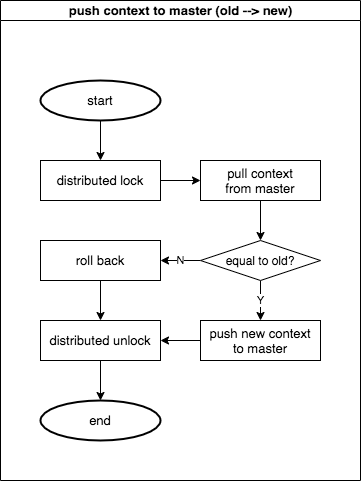
The draw.io diagram documents/context.drawio.png in 4paradigm/parameter-server, before a commit. Source tidied: cells renumbered, new cells last; positions are measured from the earlier drawing's top-left corner, leaving out a move shared by most shapes.
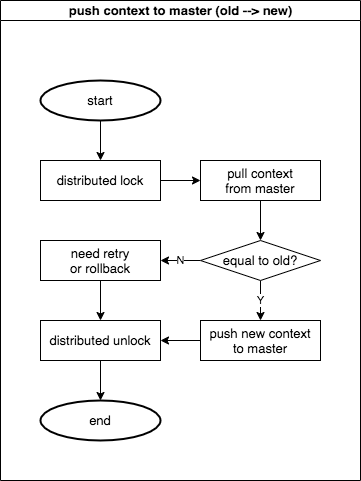
After the commit.

Commit message:
documents graph

The edit, as a diff of the source:
```diff
@@ -39,7 +39,7 @@
     <mxCell id="12" value="N" style="edgeStyle=orthogonalEdgeStyle;rounded=0;jettySize=auto;html=1;exitX=0;exitY=0.5;exitDx=0;exitDy=0;entryX=1;entryY=0.5;entryDx=0;entryDy=0;" parent="2" edge="1" source="13" target="19">
       <mxGeometry relative="1" as="geometry" />
     </mxCell>
-    <mxCell id="13" value="equal to old?" style="rhombus;whiteSpace=wrap;html=1;" parent="2" vertex="1">
+    <mxCell id="13" value="equal to old?" style="rhombus;whiteSpace=wrap;html=1;fontSize=13;" parent="2" vertex="1">
       <mxGeometry x="200" y="240" width="120" height="40" as="geometry" />
     </mxCell>
     <mxCell id="14" style="edgeStyle=orthogonalEdgeStyle;rounded=0;jettySize=auto;html=1;exitX=0;exitY=0.5;exitDx=0;exitDy=0;entryX=1;entryY=0.5;entryDx=0;entryDy=0;" parent="2" edge="1" source="15" target="17">
@@ -57,7 +57,7 @@
     <mxCell id="18" style="edgeStyle=orthogonalEdgeStyle;rounded=0;jettySize=auto;html=1;exitX=0.5;exitY=1;exitDx=0;exitDy=0;entryX=0.5;entryY=0;entryDx=0;entryDy=0;" parent="2" edge="1" source="19" target="17">
       <mxGeometry relative="1" as="geometry" />
     </mxCell>
-    <mxCell id="19" value="roll back" style="rounded=0;whiteSpace=wrap;html=1;fontSize=13;" parent="2" vertex="1">
+    <mxCell id="19" value="need retry&lt;br&gt;or rollback" style="rounded=0;whiteSpace=wrap;html=1;fontSize=13;" parent="2" vertex="1">
       <mxGeometry x="40" y="240" width="120" height="40" as="geometry" />
     </mxCell>
   </root>
```
